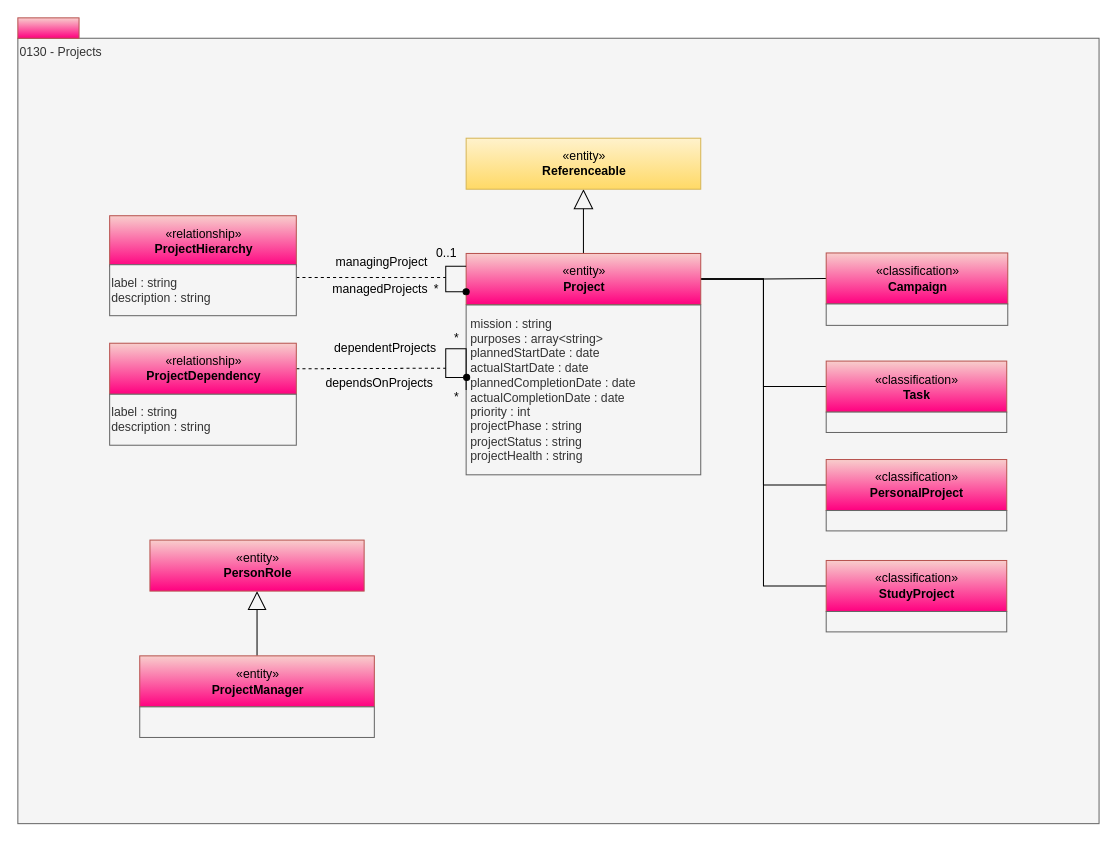
Before: page "0130-Projects" (11 of 16) of site/docs/types/1/area-1-collaboration.drawio in odpi/egeria-docs, a draw.io diagram. Source tidied: cells renumbered, new cells numbered last; positions are measured from the earlier drawing's top-left corner, leaving out a move shared by most shapes. Both pictures are drawn from the tidied source at 102%, with x=0, y=0 at pixel (17, 17).
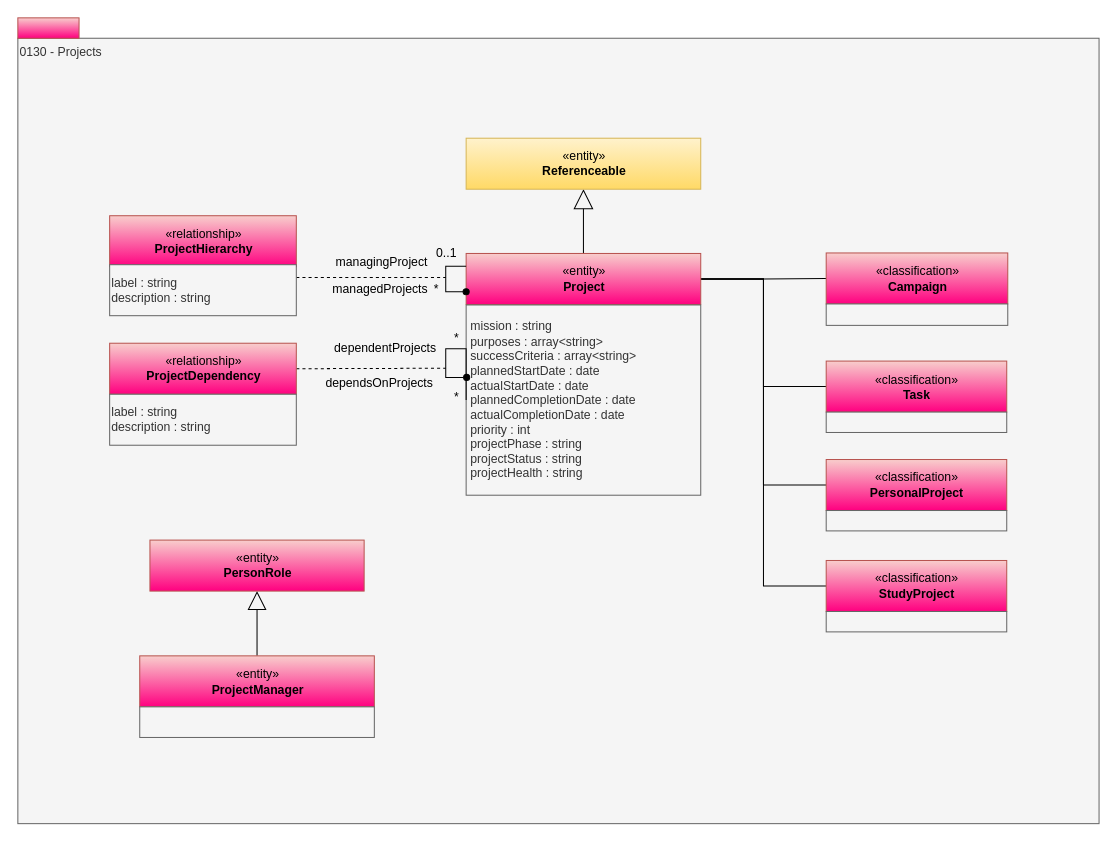
Above is the later version.

The edit, as a diff of the source:
```diff
@@
-    <mxCell id="10" value="&lt;div&gt;mission : string&lt;/div&gt;&lt;div&gt;purposes : array&amp;lt;string&amp;gt;&lt;/div&gt;&lt;div&gt;plannedStartDate : date&lt;/div&gt;&lt;div&gt;actualStartDate : date&lt;/div&gt;&lt;div&gt;plannedCompletionDate : date&lt;br&gt;actualCompletionDate : date&lt;br&gt;&lt;div&gt;priority : int&lt;br&gt;&lt;div&gt;projectPhase : string&lt;br&gt;projectStatus : string&lt;div&gt;projectHealth : string&lt;/div&gt;&lt;/div&gt;&lt;/div&gt;&lt;/div&gt;" style="rounded=0;whiteSpace=wrap;html=1;align=left;spacingLeft=2;fillColor=#f5f5f5;fontColor=#333333;strokeColor=#666666;" parent="1" vertex="1">
-      <mxGeometry x="439.5" y="281.5" width="230" height="166.5" as="geometry" />
+    <mxCell id="10" value="&lt;div&gt;mission : string&lt;/div&gt;&lt;div&gt;purposes : array&amp;lt;string&amp;gt;&lt;/div&gt;&lt;div&gt;successCriteria : array&amp;lt;string&amp;gt;&lt;/div&gt;&lt;div&gt;&lt;span style=&quot;background-color: transparent; color: light-dark(rgb(51, 51, 51), rgb(193, 193, 193));&quot;&gt;plannedStartDate : date&lt;/span&gt;&lt;/div&gt;&lt;div&gt;actualStartDate : date&lt;/div&gt;&lt;div&gt;plannedCompletionDate : date&lt;br&gt;actualCompletionDate : date&lt;br&gt;&lt;div&gt;priority : int&lt;br&gt;&lt;div&gt;projectPhase : string&lt;br&gt;projectStatus : string&lt;div&gt;projectHealth : string&lt;/div&gt;&lt;/div&gt;&lt;/div&gt;&lt;/div&gt;" style="rounded=0;whiteSpace=wrap;html=1;align=left;spacingLeft=2;fillColor=#f5f5f5;fontColor=#333333;strokeColor=#666666;" parent="1" vertex="1">
+      <mxGeometry x="439.5" y="281.5" width="230" height="186.5" as="geometry" />
     </mxCell>
```
